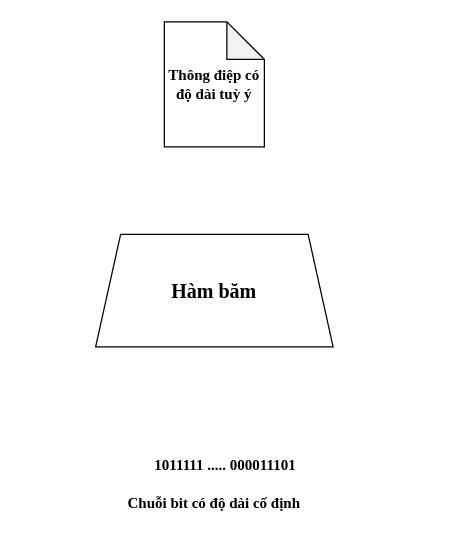
Earlier version of the draw.io diagram HashFunction.drawio (huyle84/diagrams). Source tidied: cells renumbered, new cells numbered last; positions are measured from the earlier drawing's top-left corner, leaving out a move shared by most shapes. Both pictures are drawn from the tidied source at 125%, with x=0, y=0 at pixel (21, 21).
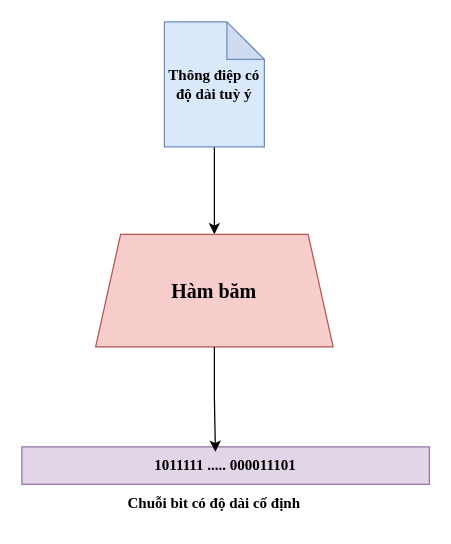
The same page after the edit.

What changed in the source:
```diff
@@
 <mxGraphModel>
   <root>
     <mxCell id="0" />
     <mxCell id="1" parent="0" />
+    <mxCell id="6" style="edgeStyle=orthogonalEdgeStyle;rounded=0;jettySize=auto;html=1;exitX=0.5;exitY=1;exitDx=0;exitDy=0;exitPerimeter=0;entryX=0.5;entryY=0;entryDx=0;entryDy=0;" parent="1" edge="1" source="2" target="3">
+      <mxGeometry relative="1" as="geometry" />
+    </mxCell>
-    <mxCell id="2" value="&lt;font face=&quot;Times New Roman&quot;&gt;&lt;b&gt;Thông điệp có độ dài tuỳ ý&lt;/b&gt;&lt;/font&gt;" style="shape=note;whiteSpace=wrap;html=1;backgroundOutline=1;darkOpacity=0.05;" parent="1" vertex="1">
+    <mxCell id="2" value="&lt;font face=&quot;Times New Roman&quot;&gt;&lt;b&gt;Thông điệp có độ dài tuỳ ý&lt;/b&gt;&lt;/font&gt;" style="shape=note;whiteSpace=wrap;html=1;backgroundOutline=1;darkOpacity=0.05;fillColor=#dae8fc;strokeColor=#6c8ebf;" parent="1" vertex="1">
       <mxGeometry x="114" width="80" height="100" as="geometry" />
     </mxCell>
-    <mxCell id="3" value="&lt;font style=&quot;font-size: 16px;&quot; face=&quot;Times New Roman&quot;&gt;&lt;b style=&quot;&quot;&gt;Hàm băm&lt;/b&gt;&lt;/font&gt;" style="shape=trapezoid;perimeter=trapezoidPerimeter;whiteSpace=wrap;html=1;fixedSize=1;" parent="1" vertex="1">
+    <mxCell id="3" value="&lt;font style=&quot;font-size: 16px;&quot; face=&quot;Times New Roman&quot;&gt;&lt;b style=&quot;&quot;&gt;Hàm băm&lt;/b&gt;&lt;/font&gt;" style="shape=trapezoid;perimeter=trapezoidPerimeter;whiteSpace=wrap;html=1;fixedSize=1;fillColor=#f8cecc;strokeColor=#b85450;" parent="1" vertex="1">
       <mxGeometry x="59" y="170" width="190" height="90" as="geometry" />
     </mxCell>
-    <mxCell id="4" value="&lt;font face=&quot;Times New Roman&quot;&gt;&lt;b&gt;1011111 ..... 000011101&lt;/b&gt;&lt;/font&gt;" style="text;html=1;align=center;verticalAlign=middle;whiteSpace=wrap;rounded=0;" parent="1" vertex="1">
+    <mxCell id="4" value="&lt;font face=&quot;Times New Roman&quot;&gt;&lt;b&gt;1011111 ..... 000011101&lt;/b&gt;&lt;/font&gt;" style="text;html=1;align=center;verticalAlign=middle;whiteSpace=wrap;rounded=0;fillColor=#e1d5e7;strokeColor=#9673a6;" parent="1" vertex="1">
       <mxGeometry y="340" width="326" height="30" as="geometry" />
     </mxCell>
     <mxCell id="5" value="&lt;font face=&quot;Times New Roman&quot;&gt;&lt;b&gt;Chuỗi bit có độ dài cố định&lt;/b&gt;&lt;/font&gt;" style="text;html=1;align=center;verticalAlign=middle;whiteSpace=wrap;rounded=0;" parent="1" vertex="1">
       <mxGeometry x="51" y="370" width="206" height="30" as="geometry" />
     </mxCell>
+    <mxCell id="7" style="edgeStyle=orthogonalEdgeStyle;rounded=0;jettySize=auto;html=1;exitX=0.5;exitY=1;exitDx=0;exitDy=0;entryX=0.475;entryY=0.133;entryDx=0;entryDy=0;entryPerimeter=0;" parent="1" edge="1" source="3" target="4">
+      <mxGeometry relative="1" as="geometry" />
+    </mxCell>
   </root>
 </mxGraphModel>
```
